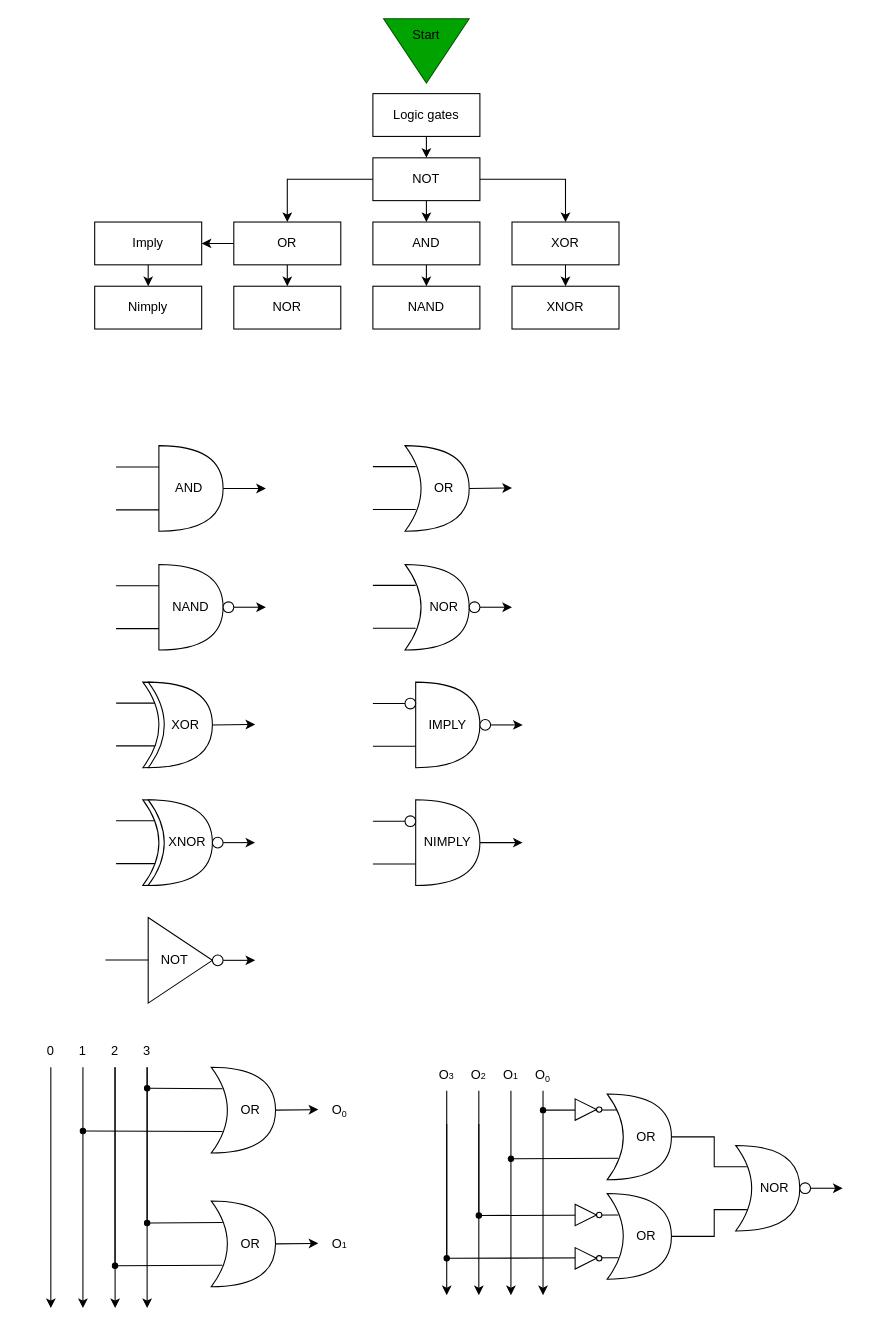
The draw.io diagram page "Logic Gates" (4 of 9) of Lesson Diagram.drawio in Kuggo/UnivOREsity, before the edit. Source tidied: cells renumbered, new cells numbered last; positions are measured from the earlier drawing's top-left corner, leaving out a move shared by most shapes. Both pictures are drawn from the tidied source at 107%, with x=0, y=0 at pixel (18, 7).
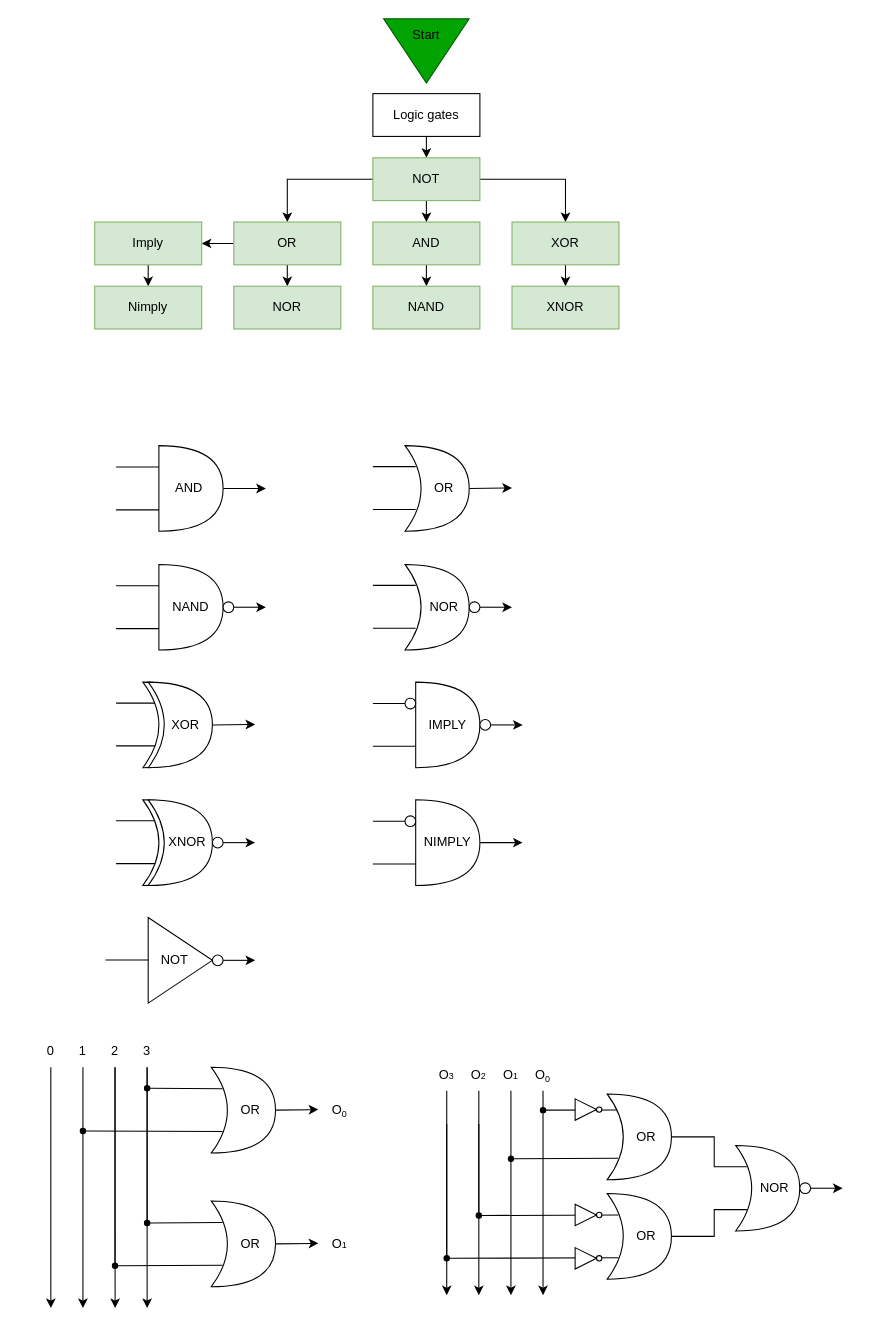
The same diagram, later.

What changed in the source:
```diff
@@
-    <mxCell id="5" value="AND" style="rounded=0;whiteSpace=wrap;html=1;" parent="1" vertex="1">
+    <mxCell id="5" value="AND" style="rounded=0;whiteSpace=wrap;html=1;fillColor=#d5e8d4;strokeColor=#82b366;" parent="1" vertex="1">
       <mxGeometry x="331" y="200" width="100" height="40" as="geometry" />
     </mxCell>
@@
-    <mxCell id="9" value="NOT" style="rounded=0;whiteSpace=wrap;html=1;" parent="1" vertex="1">
+    <mxCell id="9" value="NOT" style="rounded=0;whiteSpace=wrap;html=1;fillColor=#d5e8d4;strokeColor=#82b366;" parent="1" vertex="1">
       <mxGeometry x="331" y="140" width="100" height="40" as="geometry" />
     </mxCell>
@@
-    <mxCell id="12" value="OR" style="rounded=0;whiteSpace=wrap;html=1;" parent="1" vertex="1">
+    <mxCell id="12" value="OR" style="rounded=0;whiteSpace=wrap;html=1;fillColor=#d5e8d4;strokeColor=#82b366;" parent="1" vertex="1">
       <mxGeometry x="201" y="200" width="100" height="40" as="geometry" />
     </mxCell>
@@
-    <mxCell id="14" value="XOR" style="rounded=0;whiteSpace=wrap;html=1;" parent="1" vertex="1">
+    <mxCell id="14" value="XOR" style="rounded=0;whiteSpace=wrap;html=1;fillColor=#d5e8d4;strokeColor=#82b366;" parent="1" vertex="1">
       <mxGeometry x="461" y="200" width="100" height="40" as="geometry" />
     </mxCell>
-    <mxCell id="15" value="NAND" style="rounded=0;whiteSpace=wrap;html=1;" parent="1" vertex="1">
+    <mxCell id="15" value="NAND" style="rounded=0;whiteSpace=wrap;html=1;fillColor=#d5e8d4;strokeColor=#82b366;" parent="1" vertex="1">
       <mxGeometry x="331" y="260" width="100" height="40" as="geometry" />
     </mxCell>
-    <mxCell id="16" value="NOR" style="rounded=0;whiteSpace=wrap;html=1;" parent="1" vertex="1">
+    <mxCell id="16" value="NOR" style="rounded=0;whiteSpace=wrap;html=1;fillColor=#d5e8d4;strokeColor=#82b366;" parent="1" vertex="1">
       <mxGeometry x="201" y="260" width="100" height="40" as="geometry" />
     </mxCell>
-    <mxCell id="17" value="XNOR" style="rounded=0;whiteSpace=wrap;html=1;" parent="1" vertex="1">
+    <mxCell id="17" value="XNOR" style="rounded=0;whiteSpace=wrap;html=1;fillColor=#d5e8d4;strokeColor=#82b366;" parent="1" vertex="1">
       <mxGeometry x="461" y="260" width="100" height="40" as="geometry" />
     </mxCell>
@@
-    <mxCell id="19" value="Imply" style="rounded=0;whiteSpace=wrap;html=1;" parent="1" vertex="1">
+    <mxCell id="19" value="Imply" style="rounded=0;whiteSpace=wrap;html=1;fillColor=#d5e8d4;strokeColor=#82b366;" parent="1" vertex="1">
       <mxGeometry x="71" y="200" width="100" height="40" as="geometry" />
     </mxCell>
-    <mxCell id="20" value="Nimply" style="rounded=0;whiteSpace=wrap;html=1;" parent="1" vertex="1">
+    <mxCell id="20" value="Nimply" style="rounded=0;whiteSpace=wrap;html=1;fillColor=#d5e8d4;strokeColor=#82b366;" parent="1" vertex="1">
       <mxGeometry x="71" y="260" width="100" height="40" as="geometry" />
     </mxCell>
```
